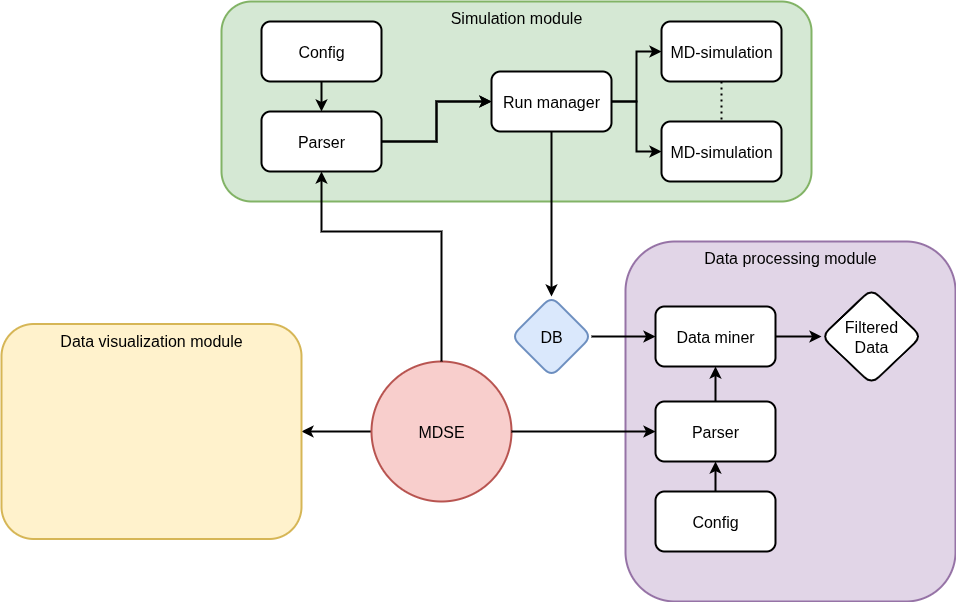
Above: docs/source/_static/MD-Design.png in TFYA99ProjGroup/MDSE (draw.io), before the change. Source tidied: cells renumbered, new cells last; positions are measured from the earlier drawing's top-left corner, leaving out a move shared by most shapes.
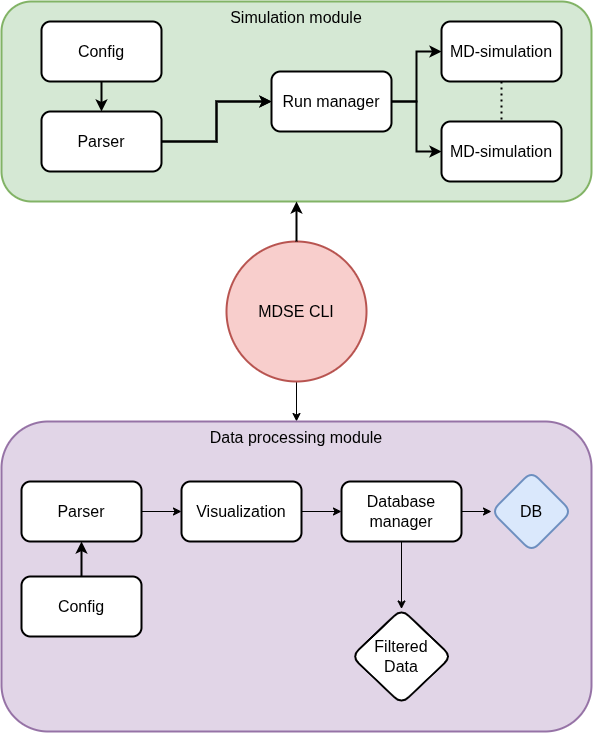
After the commit.

Change to the diagram source:
```diff
@@ -2,50 +2,14 @@
   <root>
     <mxCell id="0" />
     <mxCell id="1" parent="0" />
-    <mxCell id="2" value="DB" style="rhombus;whiteSpace=wrap;html=1;rounded=1;fillColor=#dae8fc;strokeColor=#6c8ebf;strokeWidth=2;fontSize=16;" parent="1" vertex="1">
-      <mxGeometry x="510" y="295" width="80" height="80" as="geometry" />
-    </mxCell>
-    <mxCell id="3" style="edgeStyle=orthogonalEdgeStyle;rounded=0;jettySize=auto;html=1;strokeWidth=2;" parent="1" edge="1" source="4" target="5">
-      <mxGeometry relative="1" as="geometry" />
-    </mxCell>
+    <mxCell id="32" style="edgeStyle=orthogonalEdgeStyle;rounded=0;jettySize=auto;html=1;" parent="1" edge="1" source="4" target="7">
+      <mxGeometry relative="1" as="geometry" />
+    </mxCell>
-    <mxCell id="4" value="MDSE" style="ellipse;whiteSpace=wrap;html=1;fillColor=#f8cecc;strokeColor=#b85450;strokeWidth=2;fontSize=16;" parent="1" vertex="1">
-      <mxGeometry x="370" y="360" width="140" height="140" as="geometry" />
+    <mxCell id="4" value="MDSE CLI" style="ellipse;whiteSpace=wrap;html=1;fillColor=#f8cecc;strokeColor=#b85450;strokeWidth=2;fontSize=16;" parent="1" vertex="1">
+      <mxGeometry x="255" y="240" width="140" height="140" as="geometry" />
     </mxCell>
-    <mxCell id="5" value="Data visualiz&lt;span style=&quot;background-color: transparent; color: light-dark(rgb(0, 0, 0), rgb(255, 255, 255));&quot;&gt;ation module&lt;/span&gt;" style="rounded=1;whiteSpace=wrap;html=1;fillColor=#fff2cc;strokeColor=#d6b656;verticalAlign=top;fontSize=16;strokeWidth=2;" parent="1" vertex="1">
-      <mxGeometry y="322.5" width="300" height="215" as="geometry" />
-    </mxCell>
-    <mxCell id="6" style="group;strokeWidth=2;fontSize=16;" parent="1" vertex="1">
-      <mxGeometry x="624" y="240" width="330" height="360" as="geometry" />
-    </mxCell>
-    <mxCell id="7" value="Data processing module" style="rounded=1;whiteSpace=wrap;html=1;verticalAlign=top;fontSize=16;fillColor=#e1d5e7;strokeColor=#9673a6;strokeWidth=2;" parent="6" vertex="1">
-      <mxGeometry width="330" height="360" as="geometry" />
-    </mxCell>
-    <mxCell id="8" style="rounded=0;jettySize=auto;html=1;edgeStyle=orthogonalEdgeStyle;strokeWidth=2;" parent="6" edge="1" source="2" target="14">
-      <mxGeometry relative="1" as="geometry" />
-    </mxCell>
-    <mxCell id="9" style="edgeStyle=orthogonalEdgeStyle;rounded=0;jettySize=auto;html=1;strokeWidth=2;" parent="6" edge="1" source="10" target="14">
-      <mxGeometry relative="1" as="geometry" />
-    </mxCell>
-    <mxCell id="10" value="Parser" style="rounded=1;whiteSpace=wrap;html=1;strokeWidth=2;fontSize=16;" parent="6" vertex="1">
-      <mxGeometry x="30" y="160" width="120" height="60" as="geometry" />
-    </mxCell>
-    <mxCell id="11" style="edgeStyle=orthogonalEdgeStyle;rounded=0;jettySize=auto;html=1;strokeWidth=2;" parent="6" edge="1" source="12" target="10">
-      <mxGeometry relative="1" as="geometry" />
-    </mxCell>
-    <mxCell id="12" value="Config" style="rounded=1;whiteSpace=wrap;html=1;strokeWidth=2;fontSize=16;" parent="6" vertex="1">
-      <mxGeometry x="30" y="250" width="120" height="60" as="geometry" />
-    </mxCell>
-    <mxCell id="13" style="edgeStyle=orthogonalEdgeStyle;rounded=0;jettySize=auto;html=1;strokeWidth=2;" parent="6" edge="1" source="14" target="15">
-      <mxGeometry relative="1" as="geometry" />
-    </mxCell>
-    <mxCell id="14" value="Data mine&lt;span style=&quot;background-color: transparent; color: light-dark(rgb(0, 0, 0), rgb(255, 255, 255));&quot;&gt;r&lt;/span&gt;" style="whiteSpace=wrap;html=1;rounded=1;strokeWidth=2;fontSize=16;" parent="6" vertex="1">
-      <mxGeometry x="30" y="65" width="120" height="60" as="geometry" />
-    </mxCell>
-    <mxCell id="15" value="Filtered&lt;div&gt;Data&lt;/div&gt;" style="rhombus;whiteSpace=wrap;html=1;rounded=1;strokeWidth=2;fontSize=16;" parent="6" vertex="1">
-      <mxGeometry x="196" y="47.5" width="100" height="95" as="geometry" />
-    </mxCell>
     <mxCell id="16" style="group;strokeWidth=2;fontSize=16;" parent="1" vertex="1">
-      <mxGeometry x="220" width="590" height="200" as="geometry" />
+      <mxGeometry x="30" width="590" height="200" as="geometry" />
     </mxCell>
     <mxCell id="17" value="Simulation module" style="rounded=1;whiteSpace=wrap;html=1;verticalAlign=top;fontSize=16;fillColor=#d5e8d4;strokeColor=#82b366;strokeWidth=2;" parent="16" vertex="1">
       <mxGeometry width="590" height="200" as="geometry" />
@@ -56,13 +20,10 @@
     <mxCell id="19" value="Config" style="rounded=1;whiteSpace=wrap;html=1;strokeWidth=2;fontSize=16;" parent="16" vertex="1">
       <mxGeometry x="40" y="20" width="120" height="60" as="geometry" />
     </mxCell>
-    <mxCell id="20" style="edgeStyle=orthogonalEdgeStyle;rounded=0;jettySize=auto;html=1;strokeWidth=2;" parent="16" edge="1" source="23" target="25">
+    <mxCell id="20" style="edgeStyle=orthogonalEdgeStyle;rounded=0;jettySize=auto;html=1;strokeWidth=2;startArrow=none;startFill=0;" parent="16" edge="1" source="23" target="25">
       <mxGeometry relative="1" as="geometry" />
     </mxCell>
-    <mxCell id="21" style="edgeStyle=orthogonalEdgeStyle;rounded=0;jettySize=auto;html=1;strokeWidth=2;" parent="16" edge="1" source="23" target="2">
-      <mxGeometry relative="1" as="geometry" />
-    </mxCell>
-    <mxCell id="22" style="edgeStyle=orthogonalEdgeStyle;rounded=0;jettySize=auto;html=1;strokeWidth=2;" parent="16" edge="1" source="23" target="26">
+    <mxCell id="22" style="edgeStyle=orthogonalEdgeStyle;rounded=0;jettySize=auto;html=1;strokeWidth=2;startArrow=none;startFill=0;" parent="16" edge="1" source="23" target="26">
       <mxGeometry relative="1" as="geometry" />
     </mxCell>
     <mxCell id="23" value="Run manager" style="whiteSpace=wrap;html=1;rounded=1;strokeWidth=2;fontSize=16;" parent="16" vertex="1">
@@ -86,21 +47,47 @@
     <mxCell id="29" value="Parser" style="whiteSpace=wrap;html=1;rounded=1;strokeWidth=2;fontSize=16;" parent="16" vertex="1">
       <mxGeometry x="40" y="110" width="120" height="60" as="geometry" />
     </mxCell>
-    <mxCell id="30" style="edgeStyle=orthogonalEdgeStyle;rounded=0;jettySize=auto;html=1;strokeWidth=2;" parent="1" edge="1" source="4" target="29">
-      <mxGeometry relative="1" as="geometry">
-        <Array as="points">
-          <mxPoint x="330" y="230" />
-          <mxPoint x="240" y="230" />
-        </Array>
-      </mxGeometry>
+    <mxCell id="30" style="edgeStyle=orthogonalEdgeStyle;rounded=0;jettySize=auto;html=1;strokeWidth=2;" parent="1" edge="1" source="4" target="17">
+      <mxGeometry relative="1" as="geometry" />
     </mxCell>
-    <mxCell id="31" style="edgeStyle=orthogonalEdgeStyle;rounded=0;jettySize=auto;html=1;strokeWidth=2;" parent="1" edge="1" source="4" target="10">
-      <mxGeometry relative="1" as="geometry">
-        <Array as="points">
-          <mxPoint x="550" y="430" />
-          <mxPoint x="550" y="430" />
-        </Array>
-      </mxGeometry>
-    </mxCell>
+    <mxCell id="33" style="group;" parent="1" vertex="1">
+      <mxGeometry x="30" y="420" width="590" height="310" as="geometry" />
+    </mxCell>
+    <mxCell id="7" value="Data processing module" style="rounded=1;whiteSpace=wrap;html=1;verticalAlign=top;fontSize=16;fillColor=#e1d5e7;strokeColor=#9673a6;strokeWidth=2;" parent="33" vertex="1">
+      <mxGeometry width="590" height="310" as="geometry" />
+    </mxCell>
+    <mxCell id="2" value="DB" style="rhombus;whiteSpace=wrap;html=1;rounded=1;fillColor=#dae8fc;strokeColor=#6c8ebf;strokeWidth=2;fontSize=16;" parent="33" vertex="1">
+      <mxGeometry x="490" y="50" width="80" height="80" as="geometry" />
+    </mxCell>
+    <mxCell id="34" style="edgeStyle=orthogonalEdgeStyle;rounded=0;jettySize=auto;html=1;" parent="33" edge="1" source="36" target="2">
+      <mxGeometry relative="1" as="geometry" />
+    </mxCell>
+    <mxCell id="35" style="edgeStyle=orthogonalEdgeStyle;rounded=0;jettySize=auto;html=1;" parent="33" edge="1" source="36" target="15">
+      <mxGeometry relative="1" as="geometry" />
+    </mxCell>
+    <mxCell id="36" value="Database manager" style="whiteSpace=wrap;html=1;rounded=1;strokeWidth=2;fontSize=16;" parent="33" vertex="1">
+      <mxGeometry x="340" y="60" width="120" height="60" as="geometry" />
+    </mxCell>
+    <mxCell id="37" style="edgeStyle=orthogonalEdgeStyle;rounded=0;jettySize=auto;html=1;" parent="33" edge="1" source="10" target="39">
+      <mxGeometry relative="1" as="geometry" />
+    </mxCell>
+    <mxCell id="10" value="Parser" style="rounded=1;whiteSpace=wrap;html=1;strokeWidth=2;fontSize=16;" parent="33" vertex="1">
+      <mxGeometry x="20" y="60" width="120" height="60" as="geometry" />
+    </mxCell>
+    <mxCell id="12" value="Config" style="rounded=1;whiteSpace=wrap;html=1;strokeWidth=2;fontSize=16;" parent="33" vertex="1">
+      <mxGeometry x="20" y="155" width="120" height="60" as="geometry" />
+    </mxCell>
+    <mxCell id="11" style="edgeStyle=orthogonalEdgeStyle;rounded=0;jettySize=auto;html=1;strokeWidth=2;" parent="33" edge="1" source="12" target="10">
+      <mxGeometry relative="1" as="geometry" />
+    </mxCell>
+    <mxCell id="15" value="Filtered&lt;div&gt;Data&lt;/div&gt;" style="rhombus;whiteSpace=wrap;html=1;rounded=1;strokeWidth=2;fontSize=16;" parent="33" vertex="1">
+      <mxGeometry x="350" y="187.5" width="100" height="95" as="geometry" />
+    </mxCell>
+    <mxCell id="38" style="edgeStyle=orthogonalEdgeStyle;rounded=0;jettySize=auto;html=1;" parent="33" edge="1" source="39" target="36">
+      <mxGeometry relative="1" as="geometry" />
+    </mxCell>
+    <mxCell id="39" value="Visualization" style="whiteSpace=wrap;html=1;rounded=1;strokeWidth=2;fontSize=16;" parent="33" vertex="1">
+      <mxGeometry x="180" y="60" width="120" height="60" as="geometry" />
+    </mxCell>
   </root>
 </mxGraphModel>
```
